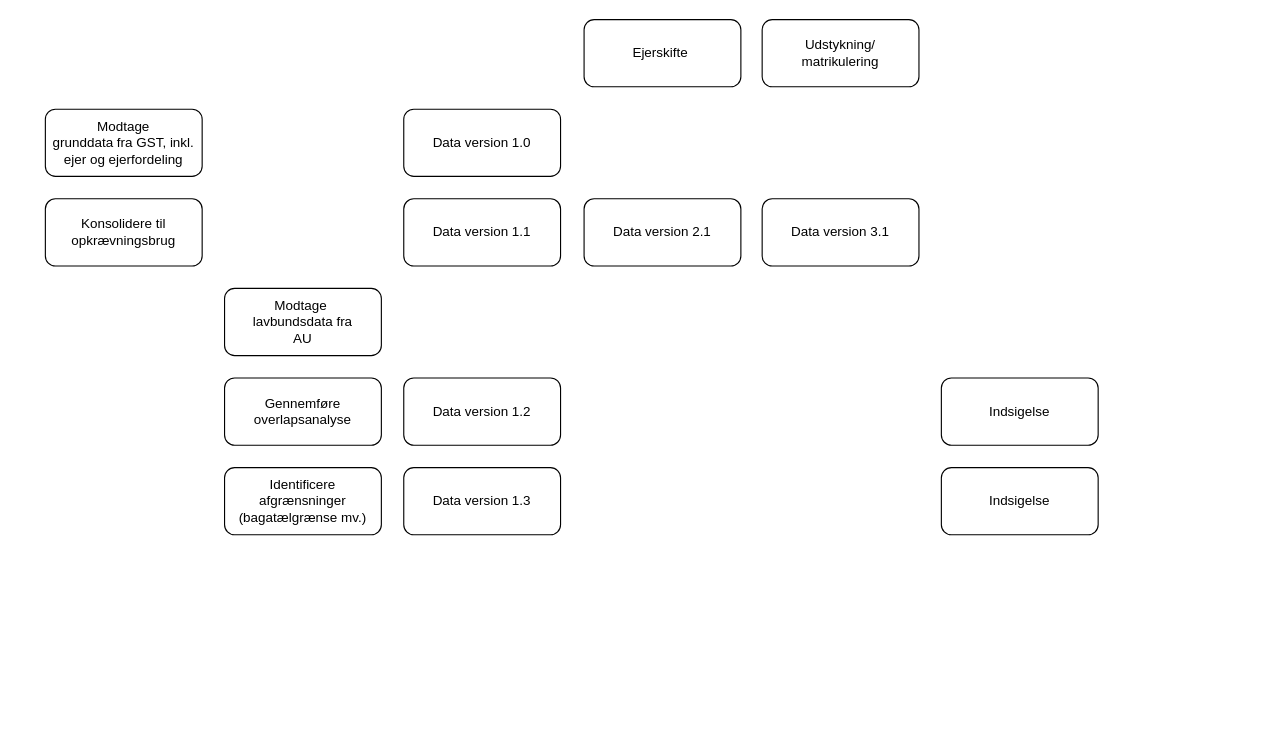
Above: Data flow lavbund.drawio in Zaladk/drawio (draw.io), before the change. Source tidied: cells renumbered, new cells numbered last; positions are measured from the earlier drawing's top-left corner, leaving out a move shared by most shapes. Both pictures are drawn from the tidied source at 112%, with x=0, y=0 at pixel (45, 19).
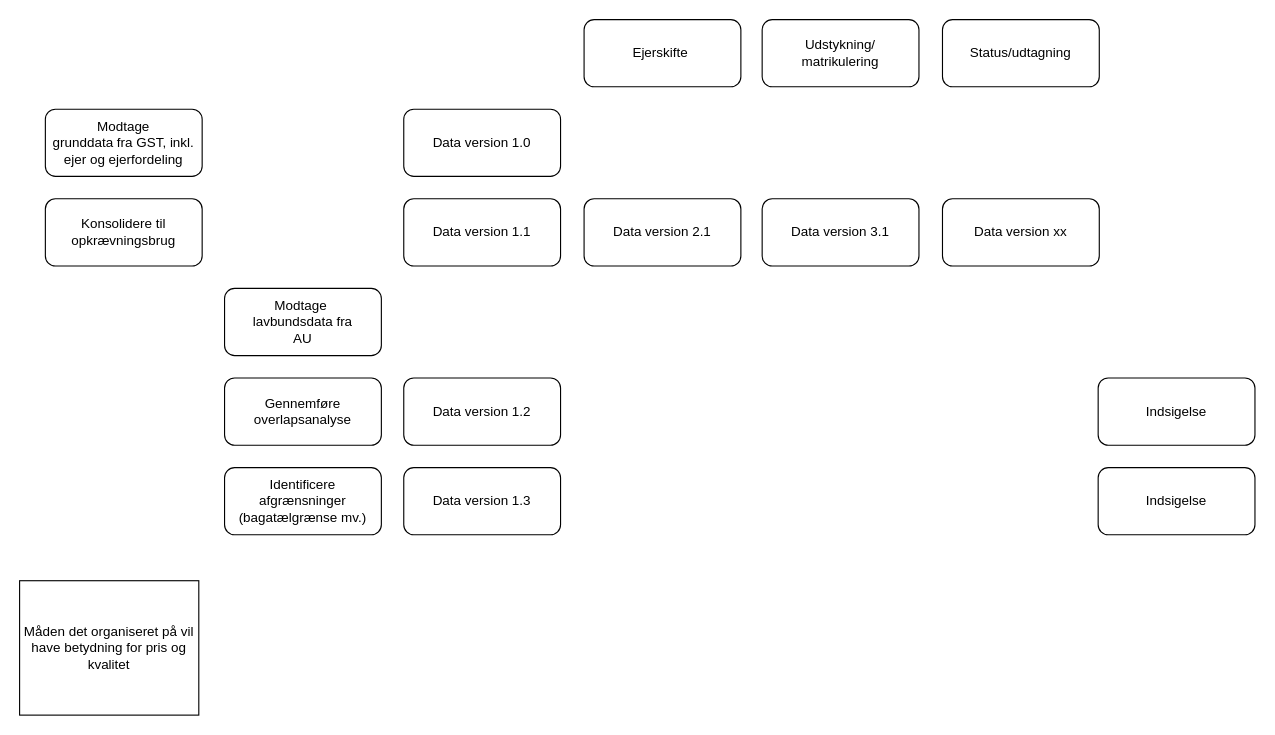
The same diagram, later.

Diff of the diagram source:
```diff
@@
 <mxGraphModel>
   <root>
     <mxCell id="0" />
     <mxCell id="1" parent="0" />
     <mxCell id="2" value="Modtage&lt;div&gt;grunddata fra GST, inkl. ejer og ejerfordeling&lt;/div&gt;" style="rounded=1;whiteSpace=wrap;html=1;" parent="1" vertex="1">
       <mxGeometry y="80" width="140" height="60" as="geometry" />
     </mxCell>
     <mxCell id="3" value="Modtage&amp;nbsp;&lt;div&gt;lavbundsdata fra&lt;div&gt;AU&lt;/div&gt;&lt;/div&gt;" style="rounded=1;whiteSpace=wrap;html=1;" parent="1" vertex="1">
       <mxGeometry x="160" y="240" width="140" height="60" as="geometry" />
     </mxCell>
     <mxCell id="4" value="Identificere afgrænsninger&lt;div&gt;(bagatælgrænse mv.)&lt;/div&gt;" style="rounded=1;whiteSpace=wrap;html=1;" parent="1" vertex="1">
       <mxGeometry x="160" y="400" width="140" height="60" as="geometry" />
     </mxCell>
     <mxCell id="5" value="Gennemføre overlapsanalyse" style="rounded=1;whiteSpace=wrap;html=1;" parent="1" vertex="1">
       <mxGeometry x="160" y="320" width="140" height="60" as="geometry" />
     </mxCell>
     <mxCell id="6" value="Data version 1.2" style="rounded=1;whiteSpace=wrap;html=1;" parent="1" vertex="1">
       <mxGeometry x="320" y="320" width="140" height="60" as="geometry" />
     </mxCell>
     <mxCell id="7" value="Indsigelse" style="rounded=1;whiteSpace=wrap;html=1;" parent="1" vertex="1">
-      <mxGeometry x="800" y="320" width="140" height="60" as="geometry" />
+      <mxGeometry x="940" y="320" width="140" height="60" as="geometry" />
     </mxCell>
     <mxCell id="8" value="Udstykning/&lt;div&gt;matrikulering&lt;/div&gt;" style="rounded=1;whiteSpace=wrap;html=1;" parent="1" vertex="1">
       <mxGeometry x="640" width="140" height="60" as="geometry" />
     </mxCell>
     <mxCell id="9" value="Indsigelse" style="rounded=1;whiteSpace=wrap;html=1;" parent="1" vertex="1">
-      <mxGeometry x="800" y="400" width="140" height="60" as="geometry" />
+      <mxGeometry x="940" y="400" width="140" height="60" as="geometry" />
     </mxCell>
     <mxCell id="10" value="Konsolidere til opkrævningsbrug" style="rounded=1;whiteSpace=wrap;html=1;" parent="1" vertex="1">
       <mxGeometry y="160" width="140" height="60" as="geometry" />
     </mxCell>
     <mxCell id="11" value="Ejerskifte&amp;nbsp;" style="rounded=1;whiteSpace=wrap;html=1;" parent="1" vertex="1">
       <mxGeometry x="481" width="140" height="60" as="geometry" />
     </mxCell>
     <mxCell id="12" value="Data version 1.0" style="rounded=1;whiteSpace=wrap;html=1;" parent="1" vertex="1">
       <mxGeometry x="320" y="80" width="140" height="60" as="geometry" />
     </mxCell>
     <mxCell id="13" value="Data version 1.1" style="rounded=1;whiteSpace=wrap;html=1;" parent="1" vertex="1">
       <mxGeometry x="320" y="160" width="140" height="60" as="geometry" />
     </mxCell>
     <mxCell id="14" value="Data version 1.3" style="rounded=1;whiteSpace=wrap;html=1;" parent="1" vertex="1">
       <mxGeometry x="320" y="400" width="140" height="60" as="geometry" />
     </mxCell>
     <mxCell id="15" value="Data version 2.1" style="rounded=1;whiteSpace=wrap;html=1;" parent="1" vertex="1">
       <mxGeometry x="481" y="160" width="140" height="60" as="geometry" />
     </mxCell>
     <mxCell id="16" value="Data version 3.1" style="rounded=1;whiteSpace=wrap;html=1;" parent="1" vertex="1">
       <mxGeometry x="640" y="160" width="140" height="60" as="geometry" />
     </mxCell>
+    <mxCell id="17" value="Status/udtagning" style="rounded=1;whiteSpace=wrap;html=1;" parent="1" vertex="1">
+      <mxGeometry x="801" width="140" height="60" as="geometry" />
+    </mxCell>
+    <mxCell id="18" value="Data version xx" style="rounded=1;whiteSpace=wrap;html=1;" parent="1" vertex="1">
+      <mxGeometry x="801" y="160" width="140" height="60" as="geometry" />
+    </mxCell>
+    <mxCell id="19" value="Måden det organiseret på vil have betydning for pris og kvalitet" style="rounded=0;whiteSpace=wrap;html=1;" parent="1" vertex="1">
+      <mxGeometry x="-23" y="501" width="160" height="120" as="geometry" />
+    </mxCell>
   </root>
 </mxGraphModel>
```
